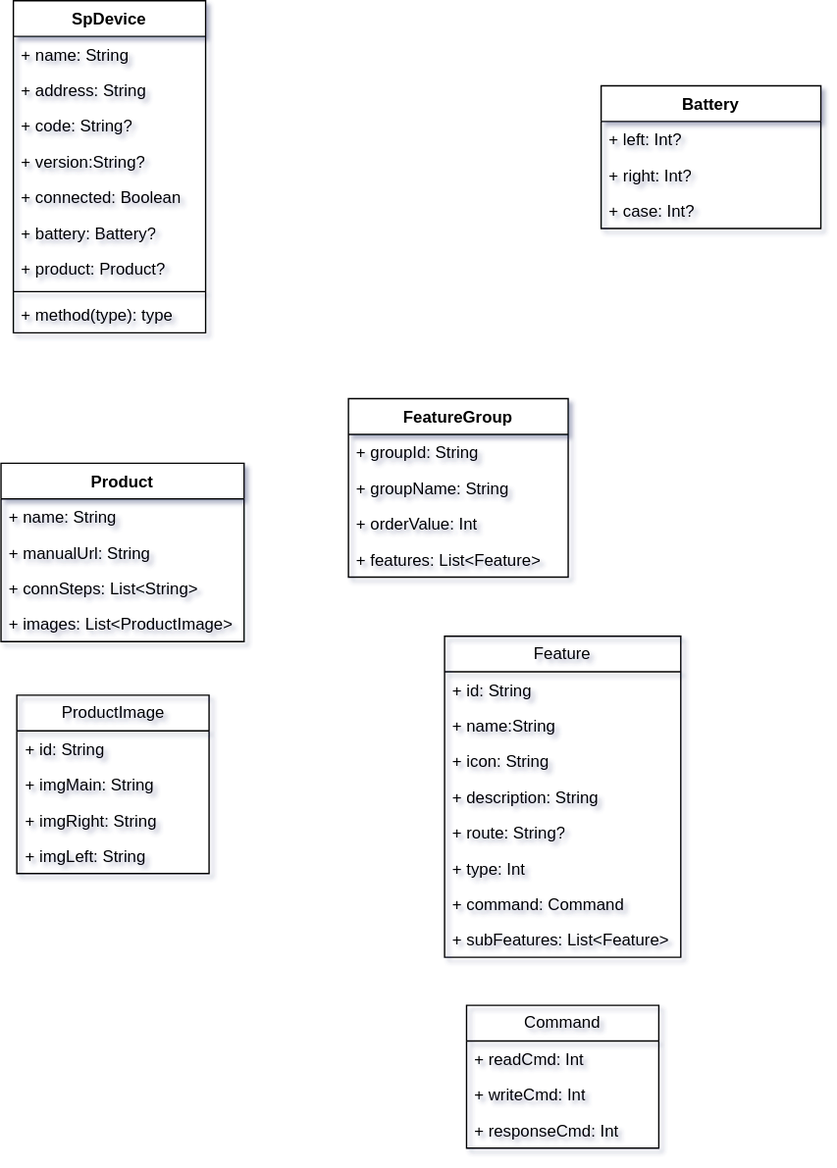
Earlier version of the draw.io export 未命名绘图.drawio.svg (kekemao00/draw-libs). Source tidied: cells renumbered, new cells last; positions are measured from the earlier drawing's top-left corner, leaving out a move shared by most shapes.
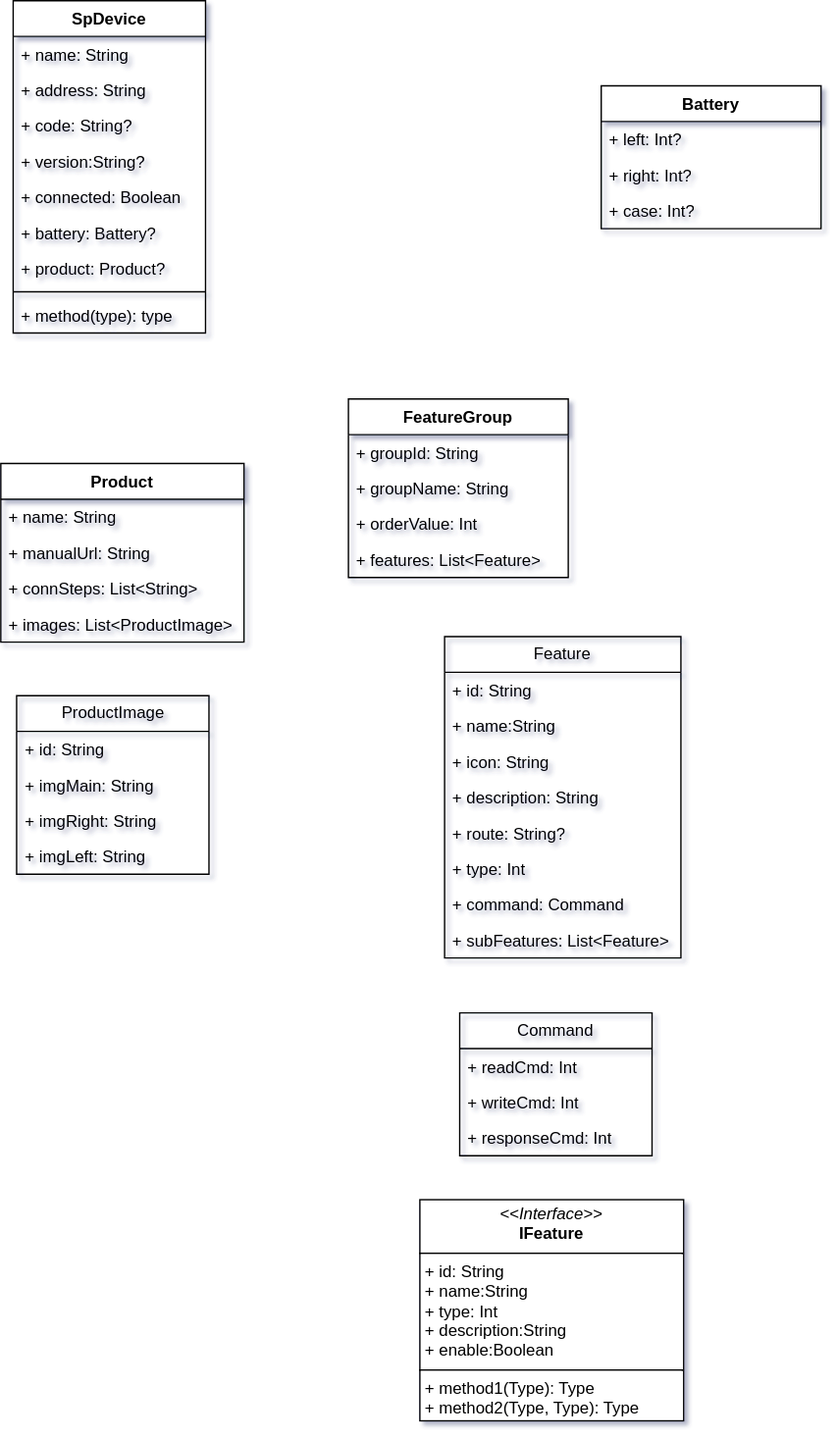
Later version of the same file.

Commit message:
更新未命名绘图.drawio.svg

What changed in the source:
```diff
@@ -117,7 +117,7 @@
       <mxGeometry y="208" width="172" height="26" as="geometry" />
     </mxCell>
     <mxCell id="40" value="Command" style="swimlane;fontStyle=0;horizontal=1;startSize=26;fillColor=none;whiteSpace=wrap;html=1;" parent="1" vertex="1">
-      <mxGeometry x="339" y="732" width="140" height="104" as="geometry" />
+      <mxGeometry x="334" y="737" width="140" height="104" as="geometry" />
     </mxCell>
     <mxCell id="41" value="+ readCmd: Int" style="text;strokeColor=none;fillColor=none;align=left;verticalAlign=top;spacingLeft=4;spacingRight=4;overflow=hidden;whiteSpace=wrap;html=1;" parent="40" vertex="1">
       <mxGeometry y="26" width="140" height="26" as="geometry" />
@@ -128,5 +128,8 @@
     <mxCell id="43" value="+ responseCmd: Int" style="text;strokeColor=none;fillColor=none;align=left;verticalAlign=top;spacingLeft=4;spacingRight=4;overflow=hidden;whiteSpace=wrap;html=1;" parent="40" vertex="1">
       <mxGeometry y="78" width="140" height="26" as="geometry" />
     </mxCell>
+    <mxCell id="44" value="&lt;p style=&quot;margin:0px;margin-top:4px;text-align:center;&quot;&gt;&lt;i&gt;&amp;lt;&amp;lt;Interface&amp;gt;&amp;gt;&lt;/i&gt;&lt;br&gt;&lt;b&gt;IFeature&lt;/b&gt;&lt;/p&gt;&lt;hr size=&quot;1&quot; style=&quot;border-style:solid;&quot;&gt;&lt;p style=&quot;margin:0px;margin-left:4px;&quot;&gt;+ id: String&lt;br&gt;+ name:String&lt;br&gt;+ type: Int&lt;br&gt;+ description:String&lt;br&gt;+&amp;nbsp;enable:Boolean&lt;/p&gt;&lt;hr size=&quot;1&quot; style=&quot;border-style:solid;&quot;&gt;&lt;p style=&quot;margin:0px;margin-left:4px;&quot;&gt;+ method1(Type): Type&lt;br&gt;+ method2(Type, Type): Type&lt;/p&gt;" style="verticalAlign=top;align=left;overflow=fill;html=1;whiteSpace=wrap;" parent="1" vertex="1">
+      <mxGeometry x="305" y="873" width="192" height="161" as="geometry" />
+    </mxCell>
   </root>
 </mxGraphModel>
```
